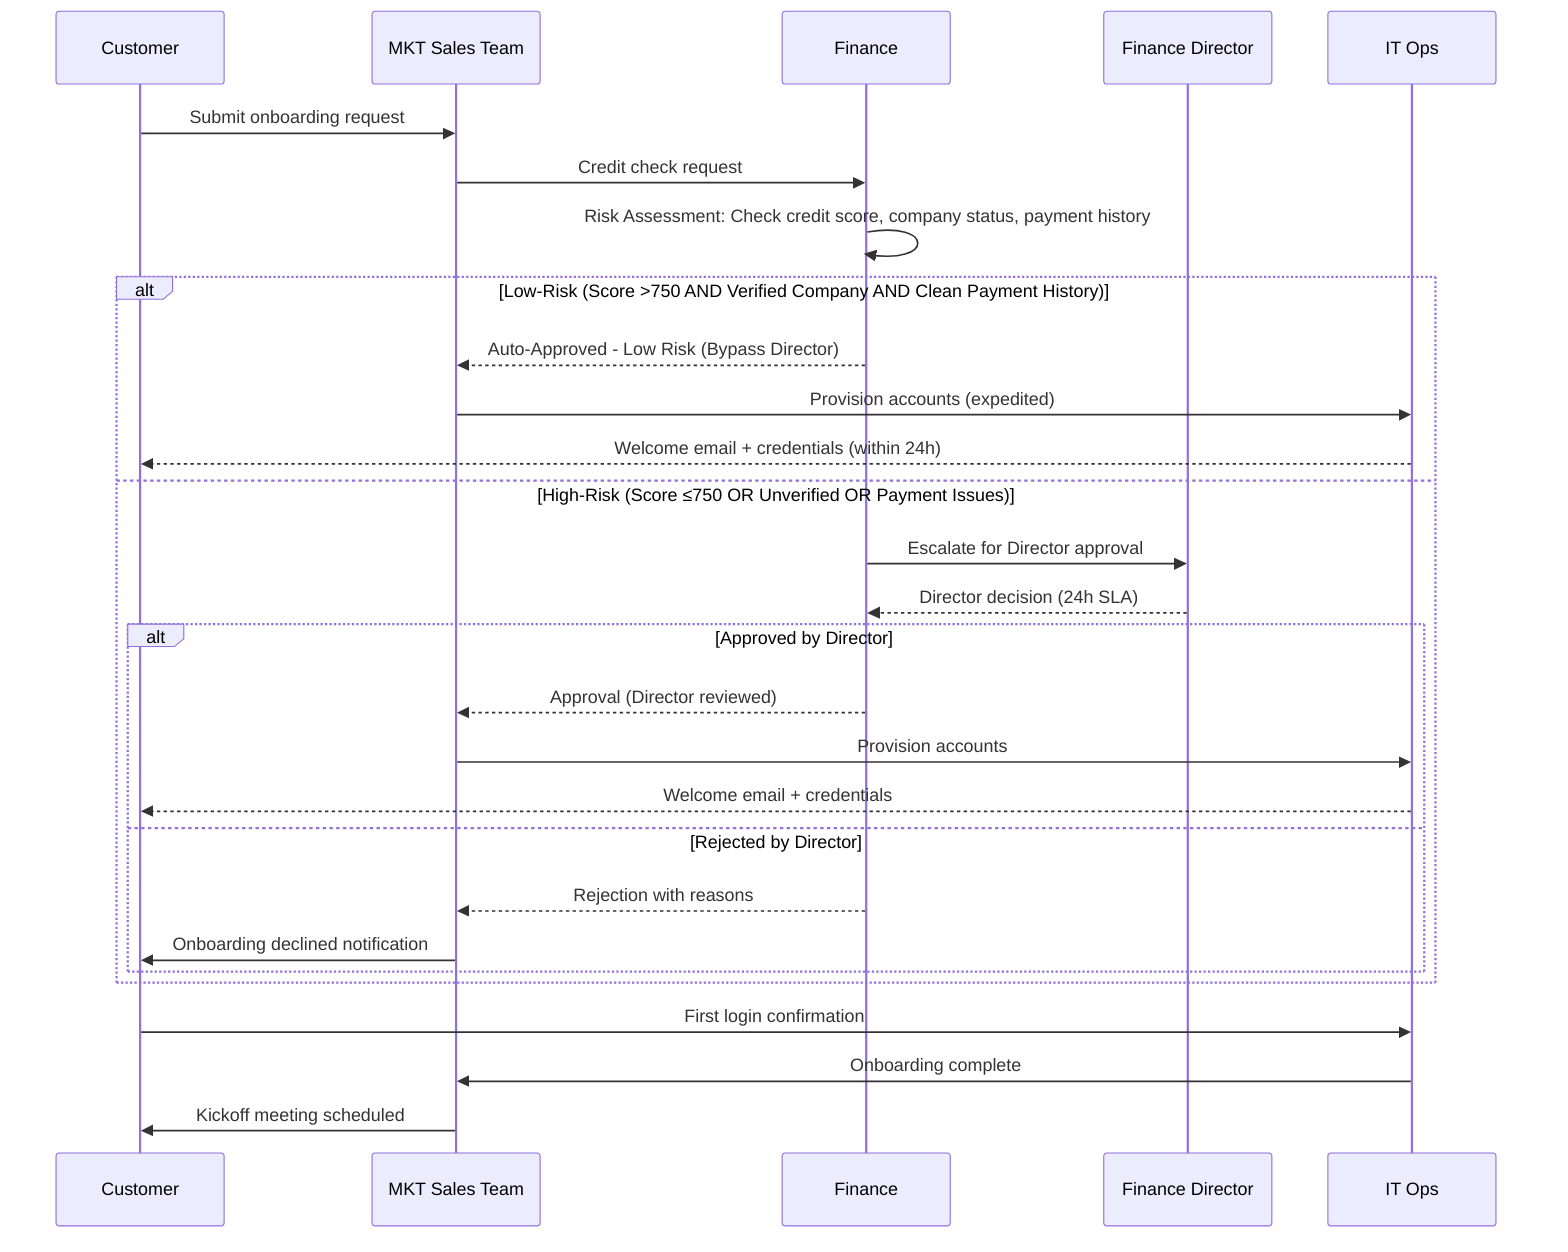
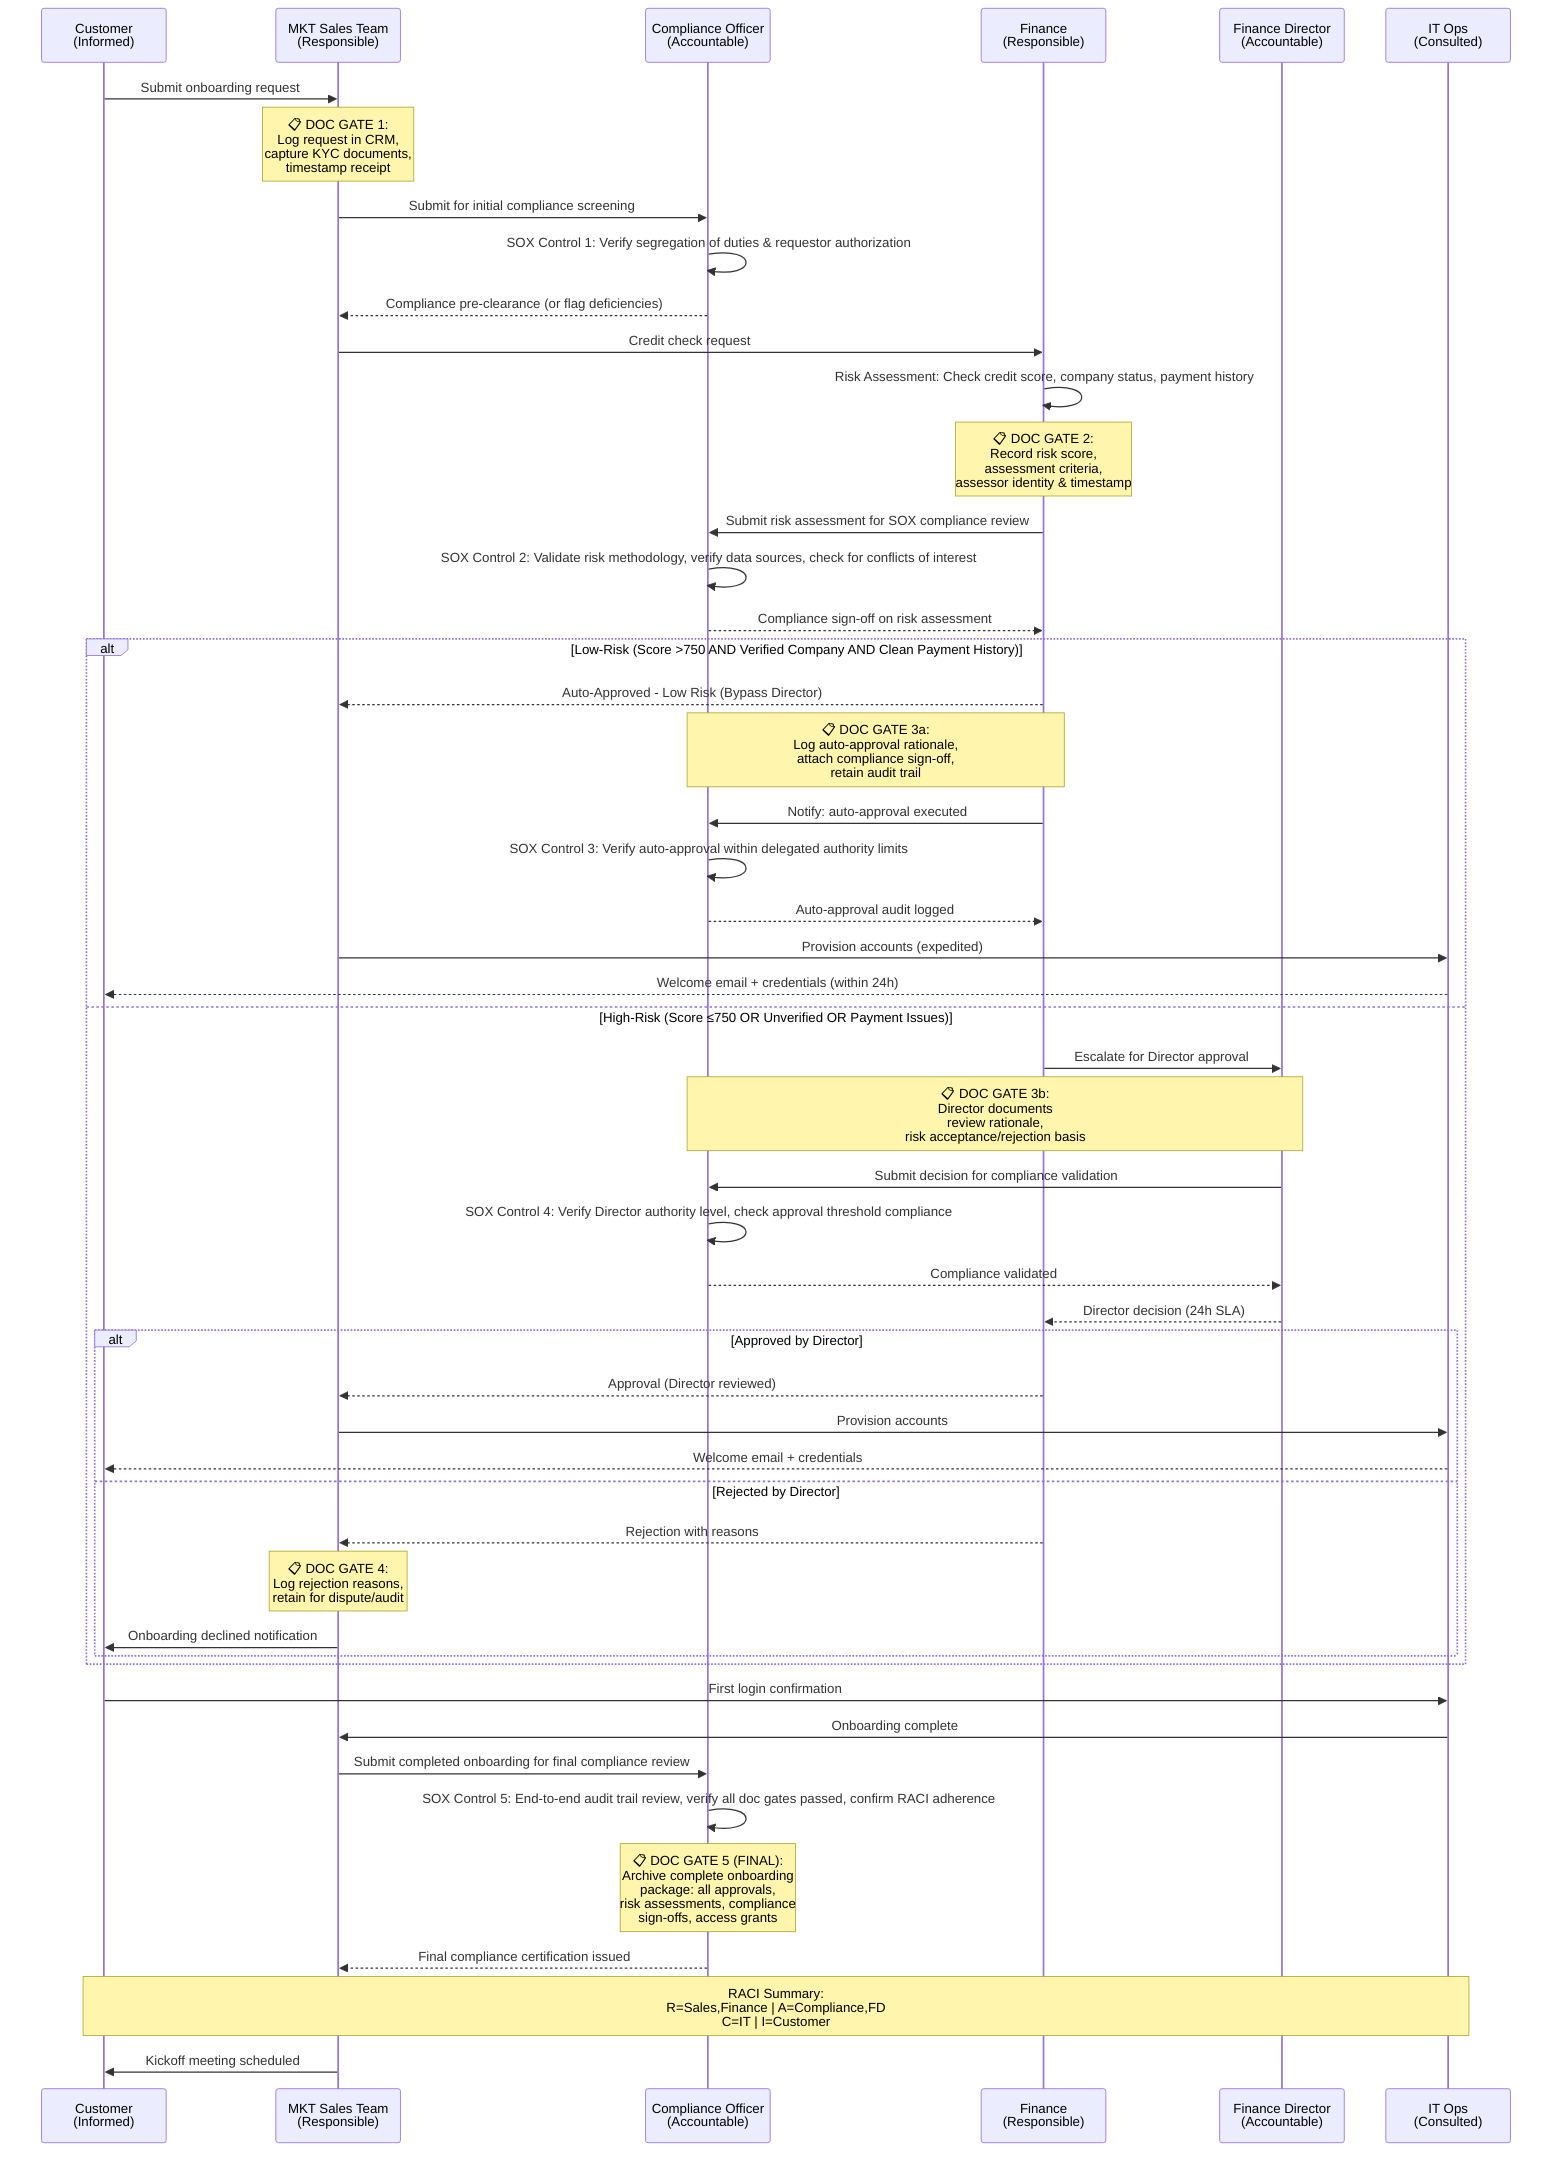
sequenceDiagram
-     participant C as Customer
-     participant S as MKT Sales Team
-     participant F as Finance
-     participant FD as Finance Director
-     participant IT as IT Ops
+     participant C as Customer<br/>(Informed)
+     participant S as MKT Sales Team<br/>(Responsible)
+     participant CO as Compliance Officer<br/>(Accountable)
+     participant F as Finance<br/>(Responsible)
+     participant FD as Finance Director<br/>(Accountable)
+     participant IT as IT Ops<br/>(Consulted)

    C->>S: Submit onboarding request
+ 
+     %% ⚡ CHANGED SECTION - Documentation Gate 1: Request Intake
+     Note over S: 📋 DOC GATE 1:<br/>Log request in CRM,<br/>capture KYC documents,<br/>timestamp receipt
+     S->>CO: Submit for initial compliance screening
+     CO->>CO: SOX Control 1: Verify segregation of duties & requestor authorization
+     CO-->>S: Compliance pre-clearance (or flag deficiencies)
+     %% ⚡ END CHANGED SECTION
+ 
    S->>F: Credit check request
-     %% ⚡ CHANGED SECTION - Risk assessment decision point
+ 
+     %% ⚡ CHANGED SECTION - Risk assessment with SOX controls & documentation gates
    F->>F: Risk Assessment: Check credit score, company status, payment history
+ 
+     %% ⚡ CHANGED SECTION - Documentation Gate 2: Risk Assessment Record
+     Note over F: 📋 DOC GATE 2:<br/>Record risk score,<br/>assessment criteria,<br/>assessor identity & timestamp
+ 
+     F->>CO: Submit risk assessment for SOX compliance review
+     CO->>CO: SOX Control 2: Validate risk methodology, verify data sources, check for conflicts of interest
+     CO-->>F: Compliance sign-off on risk assessment

    alt Low-Risk (Score >750 AND Verified Company AND Clean Payment History)
        F-->>S: Auto-Approved - Low Risk (Bypass Director)
+ 
+         %% ⚡ CHANGED SECTION - SOX Control for auto-approval
+         Note over F,CO: 📋 DOC GATE 3a:<br/>Log auto-approval rationale,<br/>attach compliance sign-off,<br/>retain audit trail
+         F->>CO: Notify: auto-approval executed
+         CO->>CO: SOX Control 3: Verify auto-approval within delegated authority limits
+         CO-->>F: Auto-approval audit logged
+         %% ⚡ END CHANGED SECTION
+ 
        S->>IT: Provision accounts (expedited)
        IT-->>C: Welcome email + credentials (within 24h)
    else High-Risk (Score ≤750 OR Unverified OR Payment Issues)
        F->>FD: Escalate for Director approval
+ 
+         %% ⚡ CHANGED SECTION - SOX Control for Director review
+         Note over FD,CO: 📋 DOC GATE 3b:<br/>Director documents<br/>review rationale,<br/>risk acceptance/rejection basis
+         FD->>CO: Submit decision for compliance validation
+         CO->>CO: SOX Control 4: Verify Director authority level, check approval threshold compliance
+         CO-->>FD: Compliance validated
+         %% ⚡ END CHANGED SECTION
+ 
        FD-->>F: Director decision (24h SLA)
        alt Approved by Director
            F-->>S: Approval (Director reviewed)
            S->>IT: Provision accounts
            IT-->>C: Welcome email + credentials
        else Rejected by Director
            F-->>S: Rejection with reasons
+ 
+             %% ⚡ CHANGED SECTION - Documentation Gate for rejection
+             Note over S: 📋 DOC GATE 4:<br/>Log rejection reasons,<br/>retain for dispute/audit
+             %% ⚡ END CHANGED SECTION
+ 
            S->>C: Onboarding declined notification
        end
    end
-     %% ⚡ END CHANGED SECTION

    C->>IT: First login confirmation
    IT->>S: Onboarding complete
+ 
+     %% ⚡ CHANGED SECTION - Final compliance checkpoint & documentation gate
+     S->>CO: Submit completed onboarding for final compliance review
+     CO->>CO: SOX Control 5: End-to-end audit trail review, verify all doc gates passed, confirm RACI adherence
+     Note over CO: 📋 DOC GATE 5 (FINAL):<br/>Archive complete onboarding<br/>package: all approvals,<br/>risk assessments, compliance<br/>sign-offs, access grants
+     CO-->>S: Final compliance certification issued
+     Note over C,IT: RACI Summary:<br/>R=Sales,Finance | A=Compliance,FD<br/>C=IT | I=Customer
+     %% ⚡ END CHANGED SECTION
+ 
    S->>C: Kickoff meeting scheduled

%% EXPLANATION:
- %% Added a Finance Director (FD) participant and inserted a risk assessment decision point after the credit check. Low-risk customers (credit score >750, verified company, clean payment history) bypass Director approval and proceed directly to expedited account provisioning. High-risk customers are escalated to the Finance Director for review, with an additional approved/rejected branch to handle both outcomes. This creates two distinct onboarding paths based on risk profile.+ %% Added a Compliance Officer (CO) participant labeled as Accountable in the RACI framework, and labeled all existing participants with their RACI roles (Responsible, Accountable, Consulted, Informed). Inserted five SOX control checkpoints: (1) segregation of duties verification at intake, (2) risk methodology validation after credit assessment, (3a/3b) authority-level verification for both auto-approvals and Director decisions, and (5) end-to-end audit trail review at completion. Added five corresponding documentation gates (marked with 📋) requiring formal logging of request intake, risk assessment records, approval/rejection rationale, and a final archived onboarding package. A RACI summary note was added at the end for quick reference.